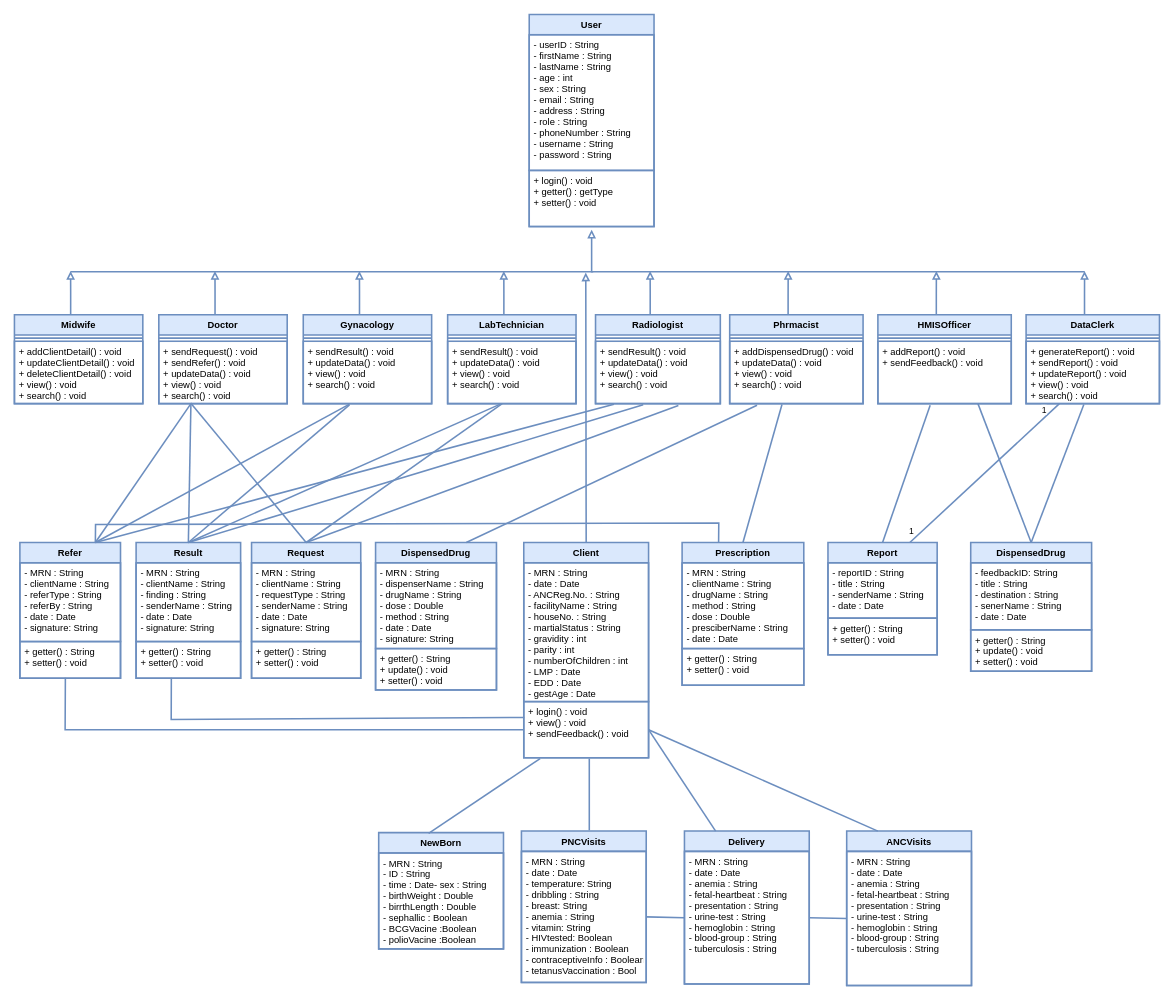
Above: Class Diagram.drawio in fasil712/UML_Diagram_Design (draw.io), before the change. Source tidied: cells renumbered, new cells numbered last; positions are measured from the earlier drawing's top-left corner, leaving out a move shared by most shapes. Both pictures are drawn from the tidied source at 78%, with x=0, y=0 at pixel (14, 14).
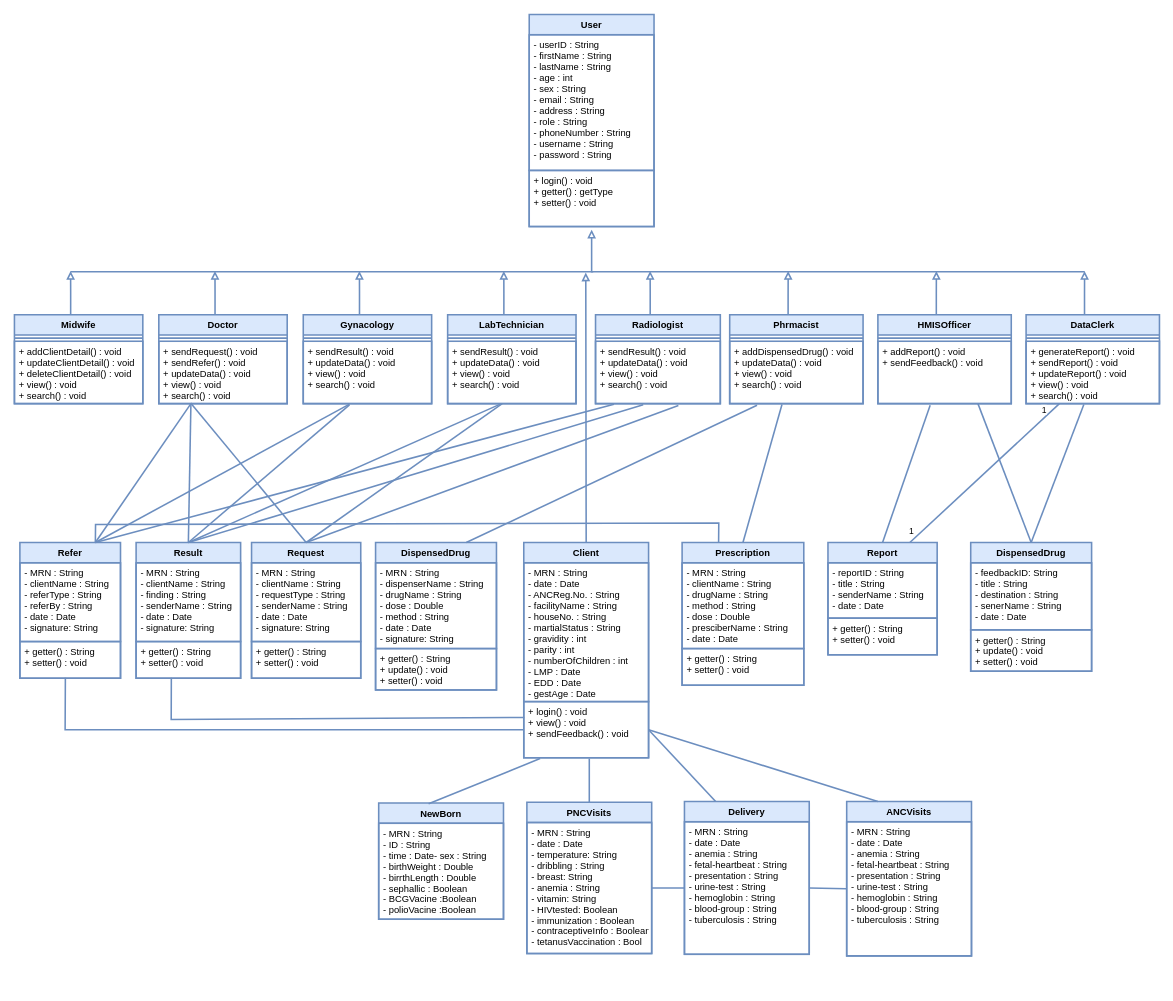
Above is the later version.

The change refers to these unchanged cells:
```xml
<mxCell id="42" style="group;" parent="1" vertex="1">
  <mxGeometry x="467" y="677" width="760" height="568" as="geometry" />
</mxCell>
```

Change to the diagram source:
```diff
@@
     <mxCell id="46" value="ANCVisits" style="swimlane;fontStyle=1;align=center;verticalAlign=top;horizontal=1;startSize=26;strokeWidth=2;spacingTop=0;fontSize=12;strokeColor=#6c8ebf;fillColor=#dae8fc;" parent="42" vertex="1">
-      <mxGeometry x="600" y="370" width="160" height="198" as="geometry" />
+      <mxGeometry x="600" y="332" width="160" height="198" as="geometry" />
     </mxCell>
@@
     <mxCell id="49" value="Delivery" style="swimlane;fontStyle=1;align=center;verticalAlign=top;horizontal=1;startSize=26;strokeWidth=2;spacingTop=0;fontSize=12;strokeColor=#6c8ebf;fillColor=#dae8fc;" parent="42" vertex="1">
-      <mxGeometry x="392" y="370" width="160" height="196" as="geometry" />
+      <mxGeometry x="392" y="332" width="160" height="196" as="geometry" />
     </mxCell>
@@
     <mxCell id="52" value="PNCVisits" style="swimlane;fontStyle=1;align=center;verticalAlign=top;horizontal=1;startSize=26;strokeWidth=2;spacingTop=0;fontSize=12;strokeColor=#6c8ebf;fillColor=#dae8fc;" parent="42" vertex="1">
-      <mxGeometry x="183" y="370" width="160" height="194" as="geometry" />
+      <mxGeometry x="190" y="333" width="160" height="194" as="geometry" />
     </mxCell>
@@
-    <mxCell id="54" style="endArrow=none;html=1;rounded=0;labelBackgroundColor=none;fontSize=12;strokeColor=#6C8EBF;strokeWidth=2;" parent="42" edge="1">
+    <mxCell id="54" style="endArrow=none;html=1;rounded=0;labelBackgroundColor=none;fontSize=12;strokeColor=#6C8EBF;strokeWidth=2;entryX=0.5;entryY=0;entryDx=0;entryDy=0;" parent="42" edge="1" target="52">
       <mxGeometry relative="1" as="geometry">
         <mxPoint x="270" y="277" as="sourcePoint" />
-        <mxPoint x="270" y="369" as="targetPoint" />
       </mxGeometry>
     </mxCell>
     <mxCell id="55" value="NewBorn" style="swimlane;fontStyle=1;align=center;verticalAlign=top;horizontal=1;startSize=26;strokeWidth=2;spacingTop=0;fontSize=12;strokeColor=#6c8ebf;fillColor=#dae8fc;" parent="42" vertex="1">
-      <mxGeometry y="372" width="160" height="149" as="geometry" />
+      <mxGeometry y="334" width="160" height="149" as="geometry" />
     </mxCell>
```
